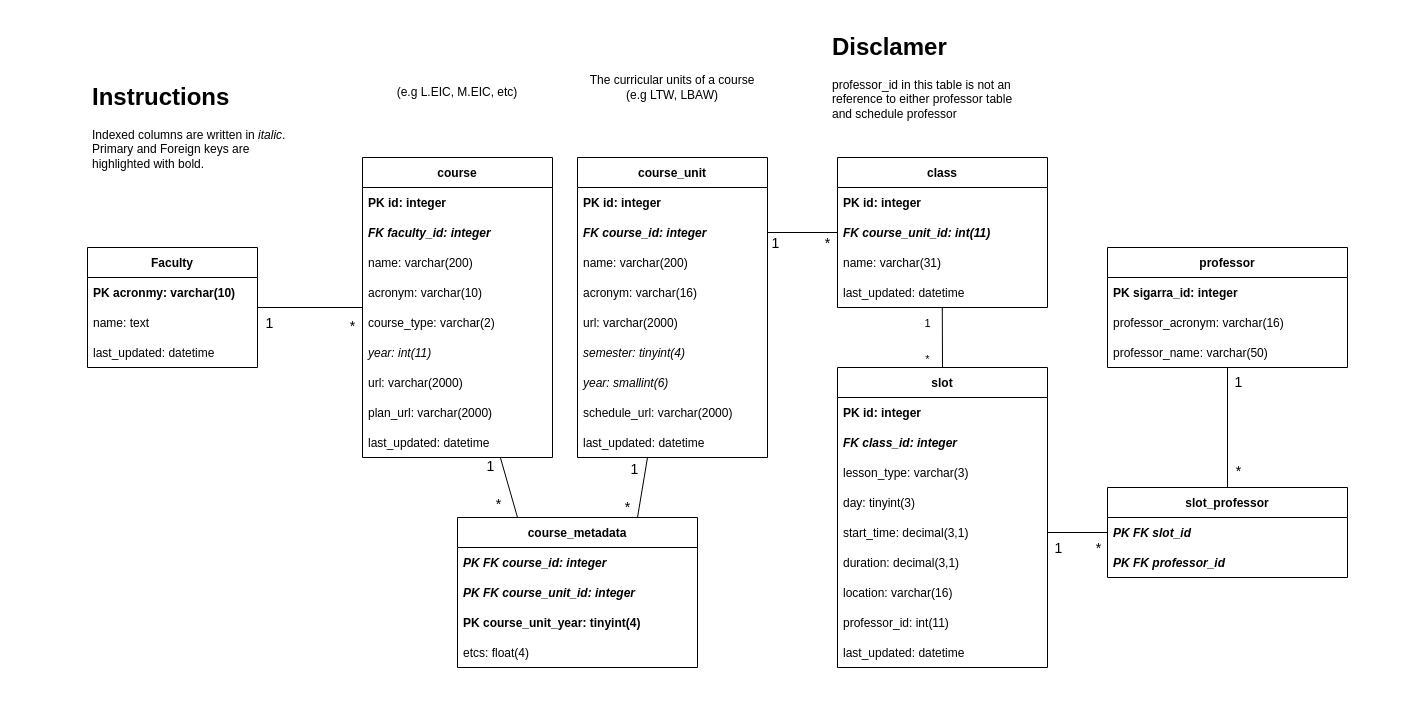
Before: docs/schema.drawio in NIAEFEUP/uporto-schedule-scrapper, a draw.io diagram. Source tidied: cells renumbered, new cells numbered last; positions are measured from the earlier drawing's top-left corner, leaving out a move shared by most shapes. Both pictures are drawn from the tidied source at 100%, with x=0, y=0 at pixel (87, 27).
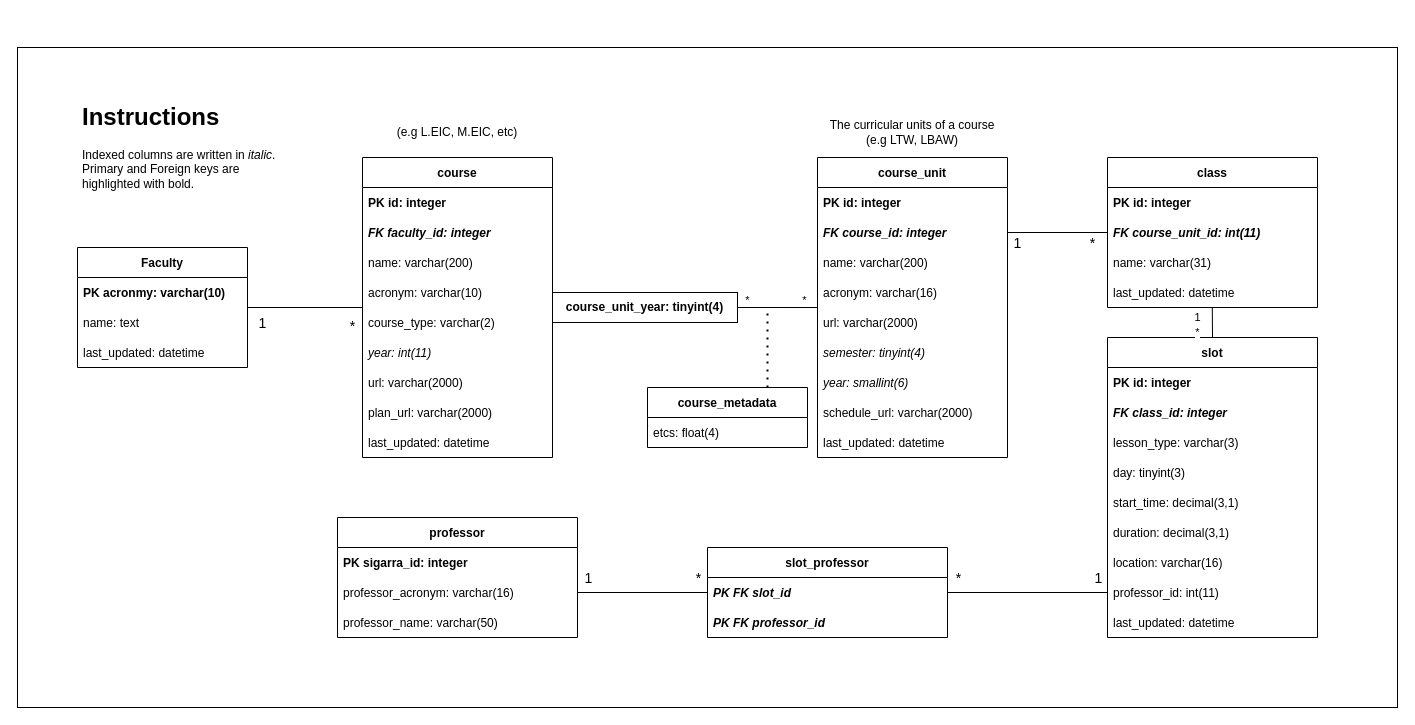
The same diagram, later.

Unchanged cells that the change refers to:
```xml
<mxCell id="7" value="url: varchar(2000)" style="text;strokeColor=none;fillColor=none;align=left;verticalAlign=middle;spacingLeft=4;spacingRight=4;overflow=hidden;points=[[0,0.5],[1,0.5]];portConstraint=eastwest;" parent="2" vertex="1">
  <mxGeometry y="150" width="190" height="30" as="geometry" />
</mxCell>
<mxCell id="22" value="course" style="swimlane;fontStyle=1;horizontal=1;startSize=30;" parent="1" vertex="1">
  <mxGeometry x="275" y="130" width="190" height="300" as="geometry" />
</mxCell>
<mxCell id="53" value="professor_acronym: varchar(16)" style="text;strokeColor=none;fillColor=none;align=left;verticalAlign=middle;spacingLeft=4;spacingRight=4;overflow=hidden;points=[[0,0.5],[1,0.5]];portConstraint=eastwest;fontStyle=0;" parent="51" vertex="1">
  <mxGeometry y="60" width="240" height="30" as="geometry" />
</mxCell>
<mxCell id="54" value="professor_name: varchar(50)" style="text;strokeColor=none;fillColor=none;align=left;verticalAlign=middle;spacingLeft=4;spacingRight=4;overflow=hidden;points=[[0,0.5],[1,0.5]];portConstraint=eastwest;fontStyle=0;" parent="51" vertex="1">
  <mxGeometry y="90" width="240" height="30" as="geometry" />
</mxCell>
<mxCell id="56" value="PK FK slot_id" style="text;strokeColor=none;fillColor=none;align=left;verticalAlign=middle;spacingLeft=4;spacingRight=4;overflow=hidden;points=[[0,0.5],[1,0.5]];portConstraint=eastwest;fontStyle=3;" parent="55" vertex="1">
  <mxGeometry y="30" width="240" height="30" as="geometry" />
</mxCell>
<mxCell id="71" value="start_time: decimal(3,1)" style="text;strokeColor=none;fillColor=none;align=left;verticalAlign=middle;spacingLeft=4;spacingRight=4;overflow=hidden;points=[[0,0.5],[1,0.5]];portConstraint=eastwest;" parent="66" vertex="1">
  <mxGeometry y="150" width="210" height="30" as="geometry" />
</mxCell>
<mxCell id="74" value="professor_id: int(11)" style="text;strokeColor=none;fillColor=none;align=left;verticalAlign=middle;spacingLeft=4;spacingRight=4;overflow=hidden;points=[[0,0.5],[1,0.5]];portConstraint=eastwest;fontStyle=0;" parent="66" vertex="1">
  <mxGeometry y="240" width="210" height="30" as="geometry" />
</mxCell>
```

What changed in the source:
```diff
@@
+    <mxCell id="79" style="rounded=0;whiteSpace=wrap;html=1;" parent="1" vertex="1">
+      <mxGeometry x="-70" y="20" width="1380" height="660" as="geometry" />
+    </mxCell>
     <mxCell id="2" value="course_unit" style="swimlane;fontStyle=1;horizontal=1;startSize=30;" parent="1" vertex="1">
-      <mxGeometry x="490" y="130" width="190" height="300" as="geometry" />
+      <mxGeometry x="730" y="130" width="190" height="300" as="geometry" />
     </mxCell>
@@
     <mxCell id="12" value="The curricular units of a course (e.g LTW, LBAW)" style="text;html=1;strokeColor=none;fillColor=none;align=center;verticalAlign=middle;whiteSpace=wrap;rounded=0;" parent="1" vertex="1">
-      <mxGeometry x="500" y="45" width="170" height="30" as="geometry" />
+      <mxGeometry x="740" y="90" width="170" height="30" as="geometry" />
     </mxCell>
     <mxCell id="13" value="&lt;h1&gt;Instructions&lt;/h1&gt;&lt;p&gt;Indexed columns are written in &lt;i&gt;italic&lt;/i&gt;. Primary and Foreign keys are highlighted with bold.&amp;nbsp;&lt;span&gt;&amp;nbsp;&lt;/span&gt;&lt;/p&gt;" style="text;html=1;strokeColor=none;fillColor=none;spacing=5;spacingTop=-20;whiteSpace=wrap;overflow=hidden;rounded=0;" parent="1" vertex="1">
-      <mxGeometry y="50" width="210" height="110" as="geometry" />
+      <mxGeometry x="-10" y="70" width="210" height="110" as="geometry" />
     </mxCell>
@@
     <mxCell id="17" value="class" style="swimlane;fontStyle=1;horizontal=1;startSize=30;" parent="1" vertex="1">
-      <mxGeometry x="750" y="130" width="210" height="150" as="geometry" />
+      <mxGeometry x="1020" y="130" width="210" height="150" as="geometry" />
     </mxCell>
@@
     <mxCell id="32" value="(e.g L.EIC, M.EIC, etc)" style="text;html=1;strokeColor=none;fillColor=none;align=center;verticalAlign=middle;whiteSpace=wrap;rounded=0;" parent="1" vertex="1">
-      <mxGeometry x="285" y="50" width="170" height="30" as="geometry" />
+      <mxGeometry x="285" y="90" width="170" height="30" as="geometry" />
     </mxCell>
@@
     <mxCell id="35" value="Faculty" style="swimlane;fontStyle=1;horizontal=1;startSize=30;" parent="1" vertex="1">
-      <mxGeometry y="220" width="170" height="120" as="geometry" />
+      <mxGeometry x="-10" y="220" width="170" height="120" as="geometry" />
     </mxCell>
@@
-    <mxCell id="40" value="course_metadata" style="swimlane;fontStyle=1;horizontal=1;startSize=30;" parent="1" vertex="1">
-      <mxGeometry x="370" y="490" width="240" height="150" as="geometry" />
-    </mxCell>
-    <mxCell id="41" value="PK FK course_id: integer" style="text;strokeColor=none;fillColor=none;align=left;verticalAlign=middle;spacingLeft=4;spacingRight=4;overflow=hidden;fontStyle=3;" parent="40" vertex="1">
-      <mxGeometry y="30" width="240" height="30" as="geometry" />
-    </mxCell>
-    <mxCell id="42" value="PK FK course_unit_id: integer" style="text;strokeColor=none;fillColor=none;align=left;verticalAlign=middle;spacingLeft=4;spacingRight=4;overflow=hidden;fontStyle=3;" parent="40" vertex="1">
-      <mxGeometry y="60" width="240" height="30" as="geometry" />
-    </mxCell>
-    <mxCell id="43" value="PK course_unit_year: tinyint(4)" style="text;strokeColor=none;fillColor=none;align=left;verticalAlign=middle;spacingLeft=4;spacingRight=4;overflow=hidden;fontStyle=1;" parent="40" vertex="1">
-      <mxGeometry y="90" width="240" height="30" as="geometry" />
-    </mxCell>
-    <mxCell id="44" value="etcs: float(4) " style="text;strokeColor=none;fillColor=none;align=left;verticalAlign=middle;spacingLeft=4;spacingRight=4;overflow=hidden;fontStyle=0;" parent="40" vertex="1">
-      <mxGeometry y="120" width="240" height="30" as="geometry" />
-    </mxCell>
-    <mxCell id="45" style="endArrow=none;html=1;rounded=0;exitX=0.25;exitY=0;exitDx=0;exitDy=0;" parent="1" edge="1" source="40" target="22">
-      <mxGeometry relative="1" as="geometry" />
-    </mxCell>
-    <mxCell id="46" value="1" style="edgeLabel;html=1;align=center;verticalAlign=middle;fontSize=14;" parent="45" vertex="1">
-      <mxGeometry x="0.74" relative="1" as="geometry">
-        <mxPoint x="-13" as="offset" />
-      </mxGeometry>
-    </mxCell>
-    <mxCell id="47" value="*" style="edgeLabel;html=1;align=center;verticalAlign=middle;fontSize=14;" parent="45" vertex="1">
-      <mxGeometry x="-0.59" y="-2" relative="1" as="geometry">
-        <mxPoint x="-18" as="offset" />
-      </mxGeometry>
-    </mxCell>
-    <mxCell id="48" style="endArrow=none;html=1;rounded=0;exitX=0.75;exitY=0;exitDx=0;exitDy=0;" parent="1" edge="1" source="40" target="2">
-      <mxGeometry relative="1" as="geometry" />
-    </mxCell>
-    <mxCell id="49" value="1" style="edgeLabel;html=1;align=center;verticalAlign=middle;fontSize=14;" parent="48" vertex="1">
-      <mxGeometry x="0.6" y="-1" relative="1" as="geometry">
-        <mxPoint x="-13" as="offset" />
-      </mxGeometry>
-    </mxCell>
-    <mxCell id="50" value="*" style="edgeLabel;html=1;align=center;verticalAlign=middle;fontSize=14;" parent="48" vertex="1">
-      <mxGeometry x="-0.61" y="3" relative="1" as="geometry">
-        <mxPoint x="-10" y="2" as="offset" />
-      </mxGeometry>
-    </mxCell>
     <mxCell id="51" value="professor" style="swimlane;fontStyle=1;horizontal=1;startSize=30;" parent="1" vertex="1">
-      <mxGeometry x="1020" y="220" width="240" height="120" as="geometry" />
+      <mxGeometry x="250" y="490" width="240" height="120" as="geometry" />
     </mxCell>
@@
     <mxCell id="55" value="slot_professor" style="swimlane;fontStyle=1;horizontal=1;startSize=30;" parent="1" vertex="1">
-      <mxGeometry x="1020" y="460" width="240" height="90" as="geometry" />
+      <mxGeometry x="620" y="520" width="240" height="90" as="geometry" />
     </mxCell>
@@
-    <mxCell id="58" style="endArrow=none;html=1;exitX=0;exitY=0.5;exitDx=0;exitDy=0;entryX=1;entryY=0.5;entryDx=0;entryDy=0;" parent="1" edge="1" source="56" target="71">
+    <mxCell id="58" style="endArrow=none;html=1;exitX=1;exitY=0.5;exitDx=0;exitDy=0;entryX=0;entryY=0.5;entryDx=0;entryDy=0;" parent="1" edge="1" source="56" target="74">
       <mxGeometry relative="1" as="geometry" />
     </mxCell>
     <mxCell id="59" value="&lt;span style=&quot;font-size: 14px;&quot;&gt;*&lt;/span&gt;" style="edgeLabel;html=1;align=center;verticalAlign=middle;" parent="58" vertex="1">
       <mxGeometry x="-0.57" y="-1" relative="1" as="geometry">
-        <mxPoint x="3" y="16" as="offset" />
+        <mxPoint x="-24" y="-16" as="offset" />
       </mxGeometry>
     </mxCell>
     <mxCell id="60" value="&lt;font style=&quot;font-size: 14px;&quot;&gt;1&lt;/font&gt;" style="edgeLabel;html=1;align=center;verticalAlign=middle;" parent="58" vertex="1">
       <mxGeometry x="0.65" relative="1" as="geometry">
-        <mxPoint y="15" as="offset" />
+        <mxPoint x="18" y="-15" as="offset" />
       </mxGeometry>
     </mxCell>
-    <mxCell id="61" style="endArrow=none;html=1;exitX=0.5;exitY=0;exitDx=0;exitDy=0;" parent="1" edge="1" source="55" target="54">
+    <mxCell id="61" style="endArrow=none;html=1;exitX=0;exitY=0.5;exitDx=0;exitDy=0;entryX=1;entryY=0.5;entryDx=0;entryDy=0;" parent="1" edge="1" source="56" target="53">
       <mxGeometry relative="1" as="geometry" />
     </mxCell>
     <mxCell id="62" value="&lt;span style=&quot;font-size: 14px;&quot;&gt;*&lt;/span&gt;" style="edgeLabel;html=1;align=center;verticalAlign=middle;" parent="61" vertex="1">
       <mxGeometry x="-0.79" y="-3" relative="1" as="geometry">
-        <mxPoint x="7" y="-4" as="offset" />
+        <mxPoint x="4" y="-12" as="offset" />
       </mxGeometry>
     </mxCell>
     <mxCell id="63" value="&lt;font style=&quot;font-size: 14px;&quot;&gt;1&lt;/font&gt;" style="edgeLabel;html=1;align=center;verticalAlign=middle;" parent="61" vertex="1">
       <mxGeometry x="0.83" y="-4" relative="1" as="geometry">
-        <mxPoint x="6" y="4" as="offset" />
+        <mxPoint x="-1" y="-11" as="offset" />
       </mxGeometry>
     </mxCell>
-    <mxCell id="64" style="text;strokeColor=none;fillColor=none;align=left;verticalAlign=middle;spacingLeft=4;spacingRight=4;overflow=hidden;fontStyle=3;" parent="1" vertex="1">
-      <mxGeometry x="350" y="610" width="240" height="30" as="geometry" />
-    </mxCell>
-    <mxCell id="65" value="&lt;h1&gt;Disclamer&lt;/h1&gt;&lt;p&gt;&lt;span style=&quot;border-color: var(--border-color); text-align: center;&quot;&gt;professor_id in this table is not an reference to either professor table and schedule professor&lt;/span&gt;&lt;br&gt;&lt;/p&gt;" style="text;html=1;strokeColor=none;fillColor=none;spacing=5;spacingTop=-20;whiteSpace=wrap;overflow=hidden;rounded=0;" parent="1" vertex="1">
-      <mxGeometry x="740" width="190" height="120" as="geometry" />
-    </mxCell>
     <mxCell id="66" value="slot" style="swimlane;fontStyle=1;horizontal=1;startSize=30;" parent="1" vertex="1">
-      <mxGeometry x="750" y="340" width="210" height="300" as="geometry" />
+      <mxGeometry x="1020" y="310" width="210" height="300" as="geometry" />
     </mxCell>
@@
+    <mxCell id="40" value="course_metadata" style="swimlane;fontStyle=1;horizontal=1;startSize=30;" parent="1" vertex="1">
+      <mxGeometry x="560" y="360" width="160" height="60" as="geometry" />
+    </mxCell>
+    <mxCell id="44" value="etcs: float(4) " style="text;strokeColor=none;fillColor=none;align=left;verticalAlign=middle;spacingLeft=4;spacingRight=4;overflow=hidden;fontStyle=0;" parent="40" vertex="1">
+      <mxGeometry y="30" width="160" height="30" as="geometry" />
+    </mxCell>
+    <mxCell id="80" style="endArrow=none;html=1;rounded=0;entryX=0.001;entryY=0.001;entryDx=0;entryDy=0;exitX=1;exitY=0.5;exitDx=0;exitDy=0;entryPerimeter=0;" parent="1" edge="1" source="83" target="7">
+      <mxGeometry relative="1" as="geometry" />
+    </mxCell>
+    <mxCell id="81" value="*" style="edgeLabel;html=1;align=center;verticalAlign=middle;" parent="80" vertex="1">
+      <mxGeometry x="-0.63" relative="1" as="geometry">
+        <mxPoint x="-5" y="-8" as="offset" />
+      </mxGeometry>
+    </mxCell>
+    <mxCell id="82" value="*" style="edgeLabel;html=1;align=center;verticalAlign=middle;" parent="80" vertex="1">
+      <mxGeometry x="0.58" relative="1" as="geometry">
+        <mxPoint x="4" y="-8" as="offset" />
+      </mxGeometry>
+    </mxCell>
+    <mxCell id="83" value="&lt;span style=&quot;font-weight: 700; text-align: left; text-wrap: nowrap;&quot;&gt;course_unit_year: tinyint(4)&lt;/span&gt;" style="rounded=0;whiteSpace=wrap;html=1;" parent="1" vertex="1">
+      <mxGeometry x="465" y="265" width="185" height="30" as="geometry" />
+    </mxCell>
+    <mxCell id="84" style="endArrow=none;dashed=1;html=1;dashPattern=1 3;strokeWidth=2;rounded=0;exitX=0.75;exitY=0;exitDx=0;exitDy=0;" parent="1" edge="1" source="40">
+      <mxGeometry relative="1" as="geometry">
+        <mxPoint x="680" y="280" as="targetPoint" />
+      </mxGeometry>
+    </mxCell>
```
